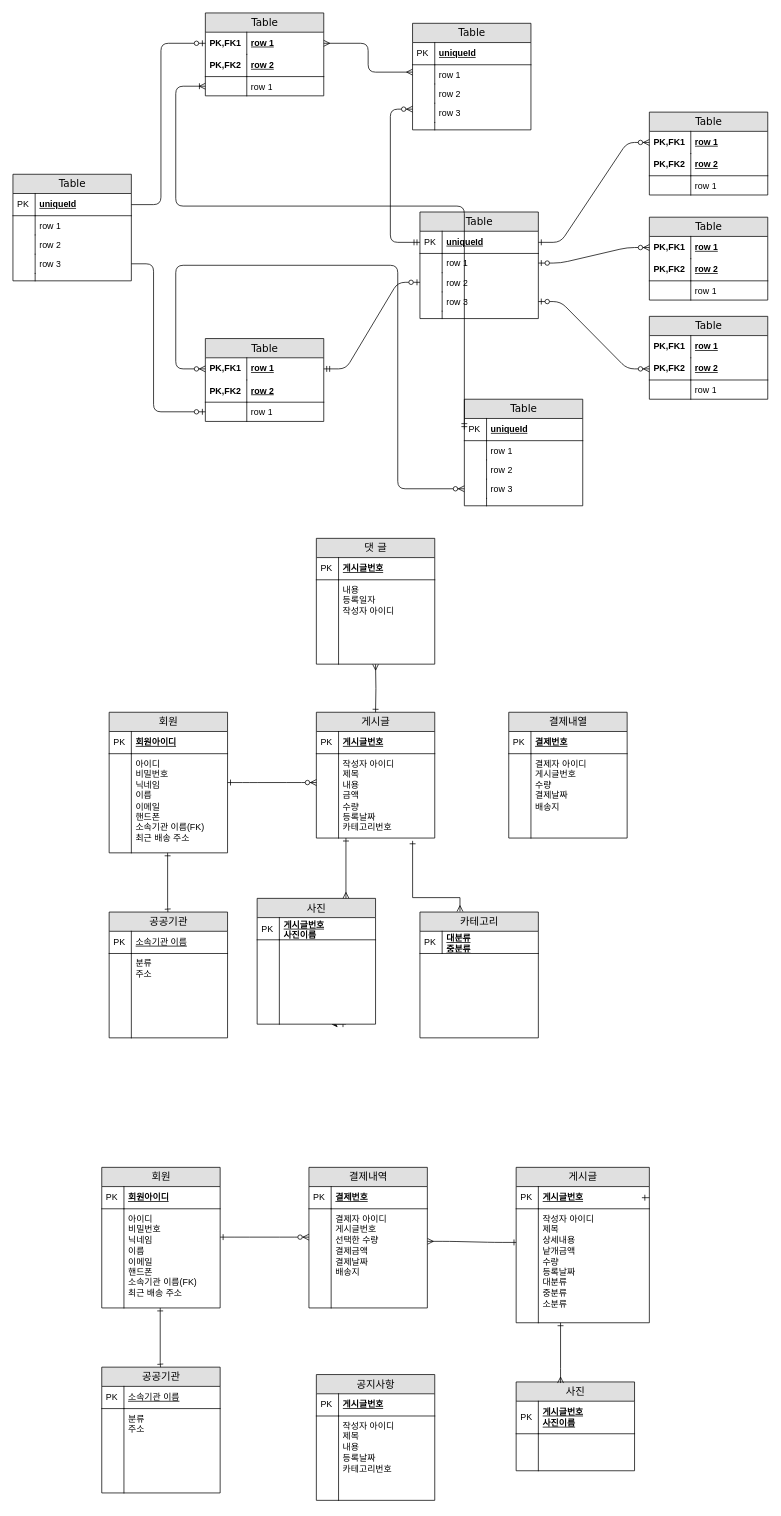
RealWarm/Algorithm keeps this draw.io diagram as Untitled Diagram.drawio. Above is the earlier version. Source tidied: cells renumbered, new cells numbered last; positions are measured from the earlier drawing's top-left corner, leaving out a move shared by most shapes. Both pictures are drawn from the tidied source at 74%, with x=0, y=0 at pixel (13, 13).
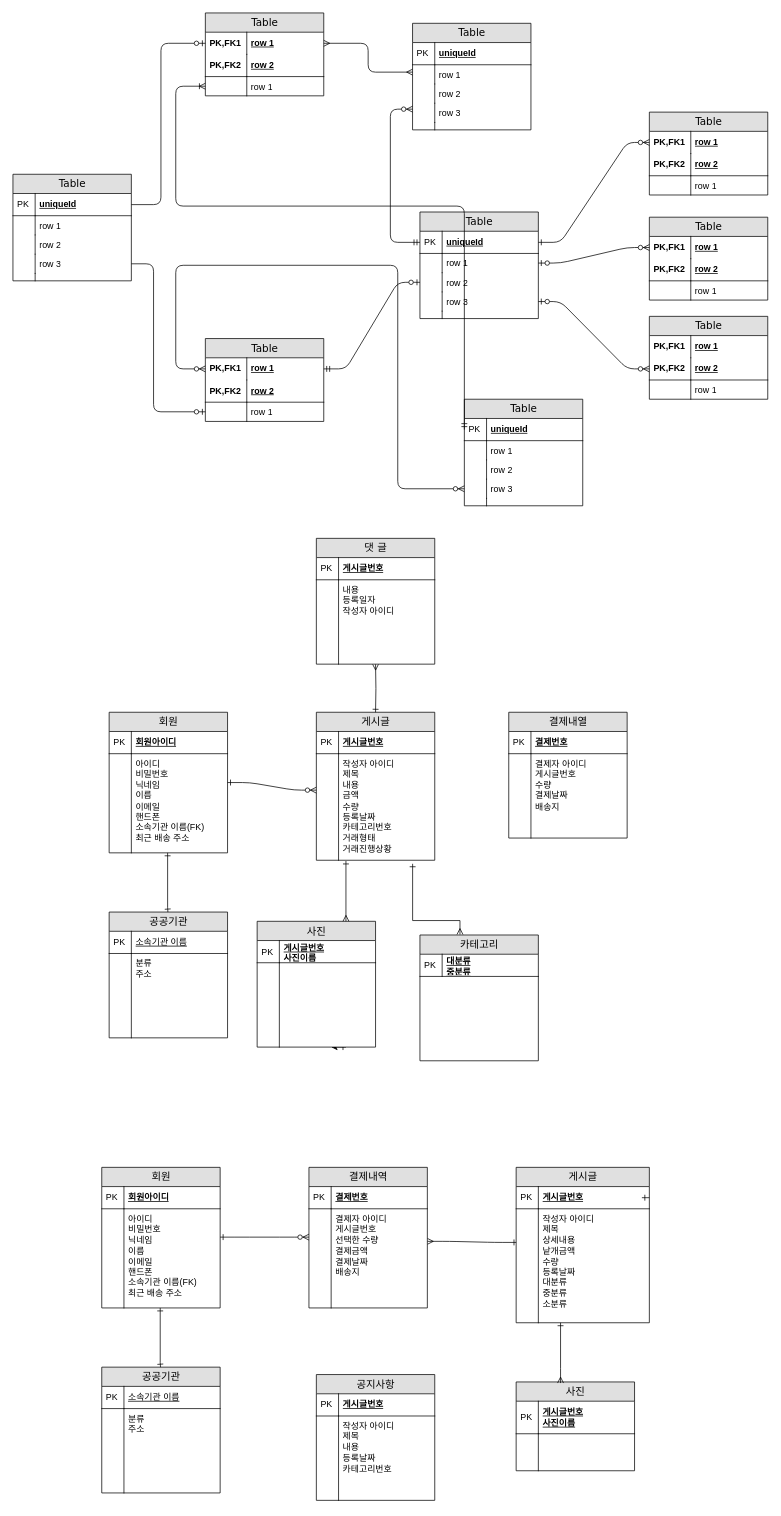
The same diagram, later.

The edit, as a diff of the source:
```diff
@@
     <mxCell id="96" value="게시글" style="swimlane;html=1;fontStyle=0;horizontal=1;startSize=26;fillColor=#e0e0e0;swimlaneFillColor=#ffffff;align=center;rounded=0;shadow=0;comic=0;labelBackgroundColor=none;strokeWidth=1;fontFamily=Verdana;fontSize=14;" parent="1" vertex="1">
-      <mxGeometry x="410" y="945" width="160" height="170" as="geometry" />
+      <mxGeometry x="410" y="945" width="160" height="200" as="geometry" />
     </mxCell>
@@
-    <mxCell id="99" value="작성자 아이디&lt;br&gt;제목&lt;br&gt;내용&lt;br&gt;금액&lt;br&gt;수량&lt;br&gt;등록날짜&lt;br&gt;카테고리번호" style="shape=partialRectangle;top=0;left=0;right=0;bottom=0;html=1;align=left;verticalAlign=top;fillColor=none;spacingLeft=34;spacingRight=4;whiteSpace=wrap;overflow=hidden;points=[[0,0.5],[1,0.5]];portConstraint=eastwest;" parent="96" vertex="1">
-      <mxGeometry y="56" width="160" height="114" as="geometry" />
+    <mxCell id="99" value="작성자 아이디&lt;br&gt;제목&lt;br&gt;내용&lt;br&gt;금액&lt;br&gt;수량&lt;br&gt;등록날짜&lt;br&gt;카테고리번호&lt;br&gt;거래형태&lt;br&gt;거래진행상황" style="shape=partialRectangle;top=0;left=0;right=0;bottom=0;html=1;align=left;verticalAlign=top;fillColor=none;spacingLeft=34;spacingRight=4;whiteSpace=wrap;overflow=hidden;points=[[0,0.5],[1,0.5]];portConstraint=eastwest;" parent="96" vertex="1">
+      <mxGeometry y="56" width="160" height="144" as="geometry" />
     </mxCell>
     <mxCell id="100" style="shape=partialRectangle;top=0;left=0;bottom=0;html=1;fillColor=none;align=left;verticalAlign=top;spacingLeft=4;spacingRight=4;whiteSpace=wrap;overflow=hidden;" parent="99" vertex="1">
-      <mxGeometry width="30" height="114" as="geometry" />
+      <mxGeometry width="30" height="144" as="geometry" />
     </mxCell>
@@
     <mxCell id="114" style="edgeStyle=orthogonalEdgeStyle;rounded=0;jettySize=auto;html=1;exitX=0.75;exitY=1;exitDx=0;exitDy=0;startArrow=ERone;startFill=0;" parent="1" edge="1" source="115">
       <mxGeometry relative="1" as="geometry">
-        <mxPoint x="430" y="1366.5" as="targetPoint" />
+        <mxPoint x="430" y="1397.5" as="targetPoint" />
       </mxGeometry>
     </mxCell>
     <mxCell id="115" value="사진" style="swimlane;html=1;fontStyle=0;horizontal=1;startSize=26;fillColor=#e0e0e0;swimlaneFillColor=#ffffff;align=center;rounded=0;shadow=0;comic=0;labelBackgroundColor=none;strokeWidth=1;fontFamily=Verdana;fontSize=14;" parent="1" vertex="1">
-      <mxGeometry x="330" y="1196.5" width="160" height="170" as="geometry" />
+      <mxGeometry x="330" y="1227.5" width="160" height="170" as="geometry" />
     </mxCell>
@@
     <mxCell id="120" value="카테고리" style="swimlane;html=1;fontStyle=0;horizontal=1;startSize=26;fillColor=#e0e0e0;swimlaneFillColor=#ffffff;align=center;rounded=0;shadow=0;comic=0;labelBackgroundColor=none;strokeWidth=1;fontFamily=Verdana;fontSize=14;" parent="1" vertex="1">
-      <mxGeometry x="550" y="1215" width="160" height="170" as="geometry" />
+      <mxGeometry x="550" y="1246" width="160" height="170" as="geometry" />
     </mxCell>
@@
     <mxCell id="123" style="edgeStyle=orthogonalEdgeStyle;rounded=0;jettySize=auto;html=1;startArrow=ERone;startFill=0;entryX=0.75;entryY=0;entryDx=0;entryDy=0;endArrow=ERmany;endFill=0;" parent="1" edge="1" target="115">
       <mxGeometry relative="1" as="geometry">
-        <mxPoint x="450" y="1115" as="sourcePoint" />
+        <mxPoint x="450" y="1146" as="sourcePoint" />
         <Array as="points">
-          <mxPoint x="450" y="1190" />
-          <mxPoint x="450" y="1190" />
+          <mxPoint x="450" y="1221" />
+          <mxPoint x="450" y="1221" />
         </Array>
       </mxGeometry>
     </mxCell>
-    <mxCell id="124" style="edgeStyle=orthogonalEdgeStyle;rounded=0;jettySize=auto;html=1;startArrow=ERone;startFill=0;endArrow=ERmany;endFill=0;entryX=0.338;entryY=-0.004;entryDx=0;entryDy=0;entryPerimeter=0;exitX=0.813;exitY=1.033;exitDx=0;exitDy=0;exitPerimeter=0;" parent="1" edge="1" source="99" target="120">
+    <mxCell id="124" style="edgeStyle=orthogonalEdgeStyle;rounded=0;jettySize=auto;html=1;startArrow=ERone;startFill=0;endArrow=ERmany;endFill=0;entryX=0.338;entryY=-0.004;entryDx=0;entryDy=0;entryPerimeter=0;exitX=0.813;exitY=1.033;exitDx=0;exitDy=0;exitPerimeter=0;" parent="1" edge="1" target="120">
       <mxGeometry relative="1" as="geometry">
+        <mxPoint x="540.1" y="1149.8" as="sourcePoint" />
         <Array as="points">
-          <mxPoint x="540" y="1195.5" />
+          <mxPoint x="540" y="1226.5" />
         </Array>
       </mxGeometry>
     </mxCell>
```
